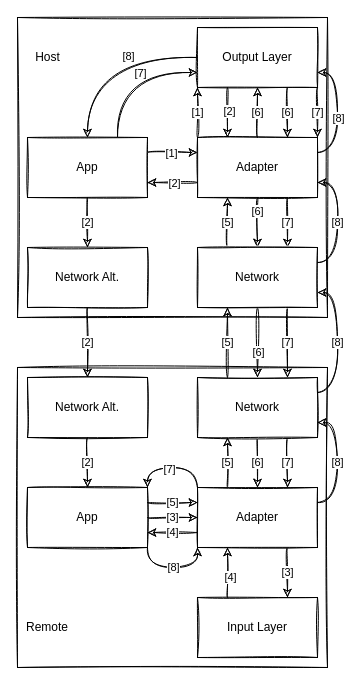
loreanvictor/observables-over-boundary keeps this draw.io diagram as protocol.drawio. Above is the earlier version. Source tidied: cells renumbered, new cells numbered last; positions are measured from the earlier drawing's top-left corner, leaving out a move shared by most shapes. Both pictures are drawn from the tidied source at 100%, with x=0, y=0 at pixel (17, 17).
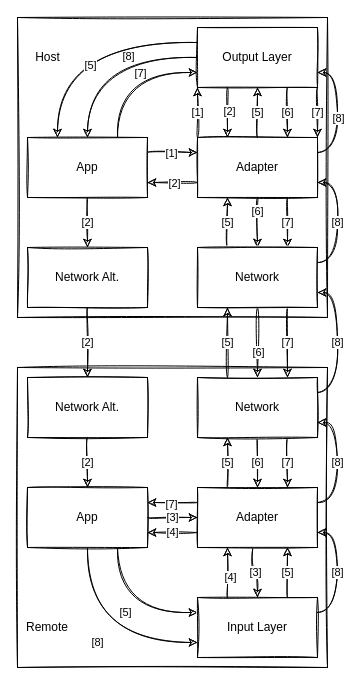
After the change.

Unchanged cells that the change refers to:
```xml
<mxCell id="10" value="App" style="whiteSpace=wrap;html=1;sketch=1;" parent="1" vertex="1">
  <mxGeometry x="10" y="120" width="120" height="60" as="geometry" />
</mxCell>
<mxCell id="20" value="Adapter" style="whiteSpace=wrap;html=1;sketch=1;" parent="1" vertex="1">
  <mxGeometry x="180" y="120" width="120" height="60" as="geometry" />
</mxCell>
<mxCell id="27" value="Output Layer" style="whiteSpace=wrap;html=1;sketch=1;" parent="1" vertex="1">
  <mxGeometry x="180" y="10" width="120" height="60" as="geometry" />
</mxCell>
<mxCell id="44" value="App" style="whiteSpace=wrap;html=1;sketch=1;" parent="1" vertex="1">
  <mxGeometry x="10" y="470" width="120" height="60" as="geometry" />
</mxCell>
<mxCell id="56" value="Adapter" style="whiteSpace=wrap;html=1;sketch=1;" parent="1" vertex="1">
  <mxGeometry x="180" y="470" width="120" height="60" as="geometry" />
</mxCell>
<mxCell id="59" value="Input Layer" style="whiteSpace=wrap;html=1;sketch=1;" parent="1" vertex="1">
  <mxGeometry x="180" y="580" width="120" height="60" as="geometry" />
</mxCell>
```

The edit, as a diff of the source:
```diff
@@
-    <mxCell id="14" value="[6]" style="edgeStyle=orthogonalEdgeStyle;jettySize=auto;html=1;exitX=0.5;exitY=0;exitDx=0;exitDy=0;entryX=0.5;entryY=1;entryDx=0;entryDy=0;sketch=1;curved=1;" parent="1" edge="1" source="20" target="27">
+    <mxCell id="14" value="[5]" style="edgeStyle=orthogonalEdgeStyle;jettySize=auto;html=1;exitX=0.5;exitY=0;exitDx=0;exitDy=0;entryX=0.5;entryY=1;entryDx=0;entryDy=0;sketch=1;curved=1;" parent="1" edge="1" source="20" target="27">
       <mxGeometry relative="1" as="geometry" />
     </mxCell>
@@
+    <mxCell id="60" style="edgeStyle=orthogonalEdgeStyle;curved=1;rounded=1;sketch=1;jettySize=auto;html=1;exitX=0;exitY=0.25;exitDx=0;exitDy=0;entryX=0.25;entryY=0;entryDx=0;entryDy=0;" parent="1" edge="1" source="27" target="10">
+      <mxGeometry relative="1" as="geometry" />
+    </mxCell>
+    <mxCell id="61" value="[5]" style="edgeLabel;html=1;align=center;verticalAlign=middle;" parent="60" vertex="1">
+      <mxGeometry x="-0.08" y="22" relative="1" as="geometry" />
+    </mxCell>
@@
-    <mxCell id="41" value="[5]" style="edgeStyle=orthogonalEdgeStyle;jettySize=auto;html=1;exitX=1;exitY=0.25;exitDx=0;exitDy=0;entryX=0;entryY=0.25;entryDx=0;entryDy=0;sketch=1;curved=1;" parent="1" edge="1" source="44" target="56">
+    <mxCell id="41" value="[5]" style="edgeStyle=orthogonalEdgeStyle;jettySize=auto;html=1;exitX=0.75;exitY=1;exitDx=0;exitDy=0;entryX=0;entryY=0.25;entryDx=0;entryDy=0;sketch=1;curved=1;" parent="1" edge="1" source="44" target="59">
       <mxGeometry relative="1" as="geometry" />
     </mxCell>
-    <mxCell id="42" style="edgeStyle=orthogonalEdgeStyle;jettySize=auto;html=1;exitX=1;exitY=1;exitDx=0;exitDy=0;entryX=0;entryY=1;entryDx=0;entryDy=0;sketch=1;curved=1;" parent="1" edge="1" source="44" target="56">
+    <mxCell id="42" style="edgeStyle=orthogonalEdgeStyle;jettySize=auto;html=1;exitX=0.5;exitY=1;exitDx=0;exitDy=0;entryX=0;entryY=0.75;entryDx=0;entryDy=0;sketch=1;curved=1;" parent="1" edge="1" source="44" target="59">
       <mxGeometry relative="1" as="geometry" />
     </mxCell>
@@
-    <mxCell id="50" value="[3]" style="edgeStyle=orthogonalEdgeStyle;jettySize=auto;html=1;exitX=0.75;exitY=1;exitDx=0;exitDy=0;entryX=0.75;entryY=0;entryDx=0;entryDy=0;sketch=1;curved=1;" parent="1" edge="1" source="56" target="59">
+    <mxCell id="50" value="[3]" style="edgeStyle=orthogonalEdgeStyle;jettySize=auto;html=1;exitX=0.46;exitY=1.016;exitDx=0;exitDy=0;entryX=0.5;entryY=0;entryDx=0;entryDy=0;exitPerimeter=0;sketch=1;curved=1;" parent="1" edge="1" source="56" target="59">
       <mxGeometry relative="1" as="geometry" />
     </mxCell>
@@
-    <mxCell id="53" style="edgeStyle=orthogonalEdgeStyle;jettySize=auto;html=1;exitX=0;exitY=0;exitDx=0;exitDy=0;entryX=1;entryY=0;entryDx=0;entryDy=0;sketch=1;curved=1;" parent="1" edge="1" source="56" target="44">
+    <mxCell id="53" style="edgeStyle=orthogonalEdgeStyle;jettySize=auto;html=1;exitX=0;exitY=0.25;exitDx=0;exitDy=0;entryX=1;entryY=0.25;entryDx=0;entryDy=0;sketch=1;curved=1;" parent="1" edge="1" source="56" target="44">
       <mxGeometry relative="1" as="geometry" />
     </mxCell>
@@
+    <mxCell id="62" value="[5]" style="edgeStyle=orthogonalEdgeStyle;rounded=1;jettySize=auto;html=1;exitX=0.75;exitY=0;exitDx=0;exitDy=0;entryX=0.75;entryY=1;entryDx=0;entryDy=0;sketch=1;curved=1;" parent="1" edge="1" source="59" target="56">
+      <mxGeometry relative="1" as="geometry" />
+    </mxCell>
+    <mxCell id="63" value="[8]" style="edgeStyle=orthogonalEdgeStyle;curved=1;rounded=1;sketch=1;jettySize=auto;html=1;exitX=1;exitY=0.25;exitDx=0;exitDy=0;entryX=1;entryY=0.75;entryDx=0;entryDy=0;" parent="1" edge="1" source="59" target="56">
+      <mxGeometry relative="1" as="geometry" />
+    </mxCell>
```
